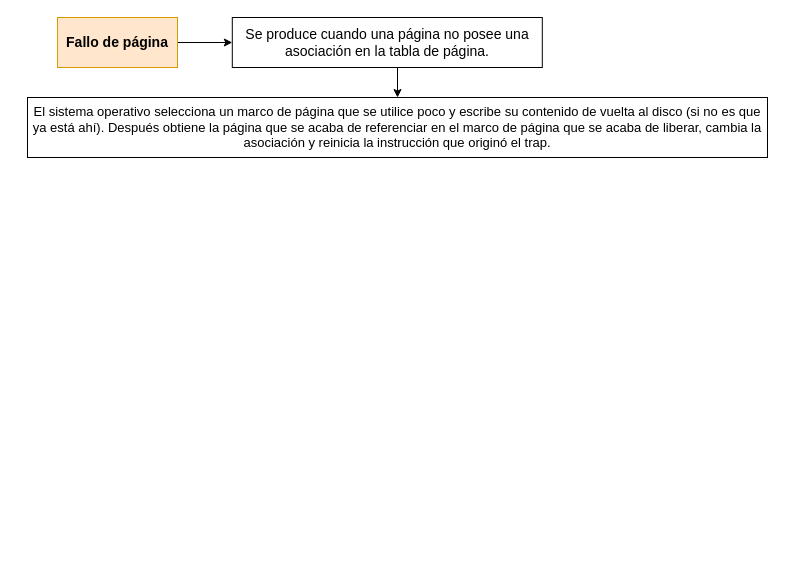
Above: page "Página-3" (4 of 4) of Sistemas Operativos 1/Clase 5 - Administración de memoria.drawio in RMSabrina/Apuntes-Universitarios (draw.io), before the change. Source tidied: cells renumbered, new cells numbered last; positions are measured from the earlier drawing's top-left corner, leaving out a move shared by most shapes. Both pictures are drawn from the tidied source at 100%, with x=0, y=0 at pixel (27, 17). Pictures stored in the file or linked from it are replaced by grey dashed boxes.
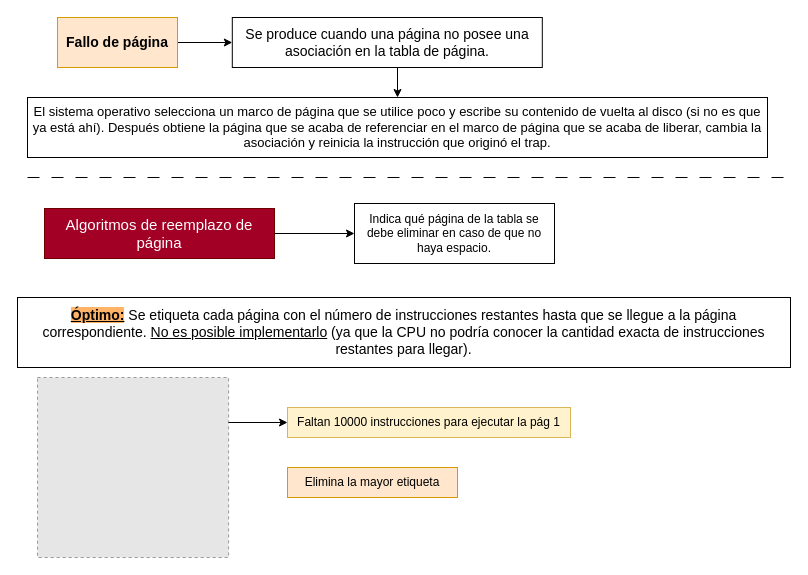
Above is the later version.

Diff of the diagram source:
```diff
@@
 <mxGraphModel>
   <root>
     <mxCell id="0" />
     <mxCell id="1" parent="0" />
     <mxCell id="2" style="edgeStyle=orthogonalEdgeStyle;rounded=0;jettySize=auto;html=1;exitX=1;exitY=0.5;exitDx=0;exitDy=0;" parent="1" edge="1" source="3" target="5">
       <mxGeometry relative="1" as="geometry" />
     </mxCell>
     <mxCell id="3" value="Fallo de página" style="text;html=1;strokeColor=#d79b00;fillColor=#ffe6cc;align=center;verticalAlign=middle;whiteSpace=wrap;rounded=0;fontSize=14;fontStyle=1;rotation=0;horizontal=1;" parent="1" vertex="1">
       <mxGeometry x="30" width="120" height="50" as="geometry" />
     </mxCell>
     <mxCell id="4" style="edgeStyle=orthogonalEdgeStyle;rounded=0;jettySize=auto;html=1;exitX=0.5;exitY=1;exitDx=0;exitDy=0;entryX=0.5;entryY=0;entryDx=0;entryDy=0;" parent="1" edge="1" source="5" target="6">
       <mxGeometry relative="1" as="geometry" />
     </mxCell>
     <mxCell id="5" value="&lt;span style=&quot;font-weight: normal;&quot;&gt;Se produce cuando una página no posee una asociación en la tabla de página.&lt;/span&gt;" style="text;html=1;align=center;verticalAlign=middle;whiteSpace=wrap;rounded=0;fontSize=14;fontStyle=1;rotation=0;horizontal=1;strokeColor=default;fillColor=default;" parent="1" vertex="1">
       <mxGeometry x="204.8" width="310" height="50" as="geometry" />
     </mxCell>
     <mxCell id="6" value="El sistema operativo selecciona un marco de página que se utilice poco y escribe su contenido de vuelta al disco (si no es que ya está ahí). Después obtiene la página que se acaba de referenciar en el marco de página que se acaba de liberar, cambia la asociación y reinicia la instrucción que originó el trap. " style="text;html=1;align=center;verticalAlign=middle;whiteSpace=wrap;rounded=0;fontSize=13;fontStyle=0;rotation=0;horizontal=1;strokeColor=default;fillColor=default;" parent="1" vertex="1">
       <mxGeometry y="80" width="740" height="60" as="geometry" />
     </mxCell>
+    <mxCell id="7" style="edgeStyle=orthogonalEdgeStyle;rounded=0;jettySize=auto;html=1;exitX=1;exitY=0.5;exitDx=0;exitDy=0;" parent="1" edge="1" source="8" target="9">
+      <mxGeometry relative="1" as="geometry" />
+    </mxCell>
+    <mxCell id="8" value="Algoritmos de reemplazo de página" style="rounded=0;whiteSpace=wrap;html=1;fillColor=#a20025;fontColor=#ffffff;strokeColor=#6F0000;fontSize=15;" parent="1" vertex="1">
+      <mxGeometry x="17" y="191" width="230" height="50" as="geometry" />
+    </mxCell>
+    <mxCell id="9" value="Indica qué página de la tabla se debe eliminar en caso de que no haya espacio." style="rounded=0;whiteSpace=wrap;html=1;" parent="1" vertex="1">
+      <mxGeometry x="327" y="186" width="200" height="60" as="geometry" />
+    </mxCell>
+    <mxCell id="10" style="endArrow=none;html=1;rounded=0;dashed=1;dashPattern=12 12;" parent="1" edge="1">
+      <mxGeometry relative="1" as="geometry">
+        <mxPoint y="160" as="sourcePoint" />
+        <mxPoint x="760" y="160" as="targetPoint" />
+      </mxGeometry>
+    </mxCell>
+    <mxCell id="11" value="&lt;b style=&quot;font-size: 14px;&quot;&gt;&lt;u style=&quot;font-size: 14px; background-color: rgb(255, 179, 102);&quot;&gt;Óptimo:&lt;/u&gt;&lt;/b&gt; Se etiqueta cada página con el número de instrucciones restantes hasta que se llegue a la página correspondiente. &lt;u&gt;No es posible implementarlo&lt;/u&gt; (ya que la CPU no podría conocer la cantidad exacta de instrucciones restantes para llegar)." style="text;html=1;strokeColor=default;fillColor=none;align=center;verticalAlign=middle;whiteSpace=wrap;rounded=0;fontSize=14;" parent="1" vertex="1">
+      <mxGeometry x="-10" y="280" width="773" height="70" as="geometry" />
+    </mxCell>
+    <mxCell id="12" style="fillColor=#E6E6E6;strokeColor=#999999;dashed=1;verticalLabelPosition=bottom;labelBackgroundColor=default;verticalAlign=top;" parent="1" vertex="1">
+      <mxGeometry x="10" y="360" width="191.1" height="180" as="geometry" />
+    </mxCell>
+    <mxCell id="13" style="endArrow=classic;html=1;rounded=0;exitX=1;exitY=0.25;exitDx=0;exitDy=0;" parent="1" edge="1" source="12">
+      <mxGeometry relative="1" as="geometry">
+        <mxPoint x="260" y="405" as="targetPoint" />
+      </mxGeometry>
+    </mxCell>
+    <mxCell id="14" value="Faltan 10000 instrucciones para ejecutar la pág 1" style="text;html=1;strokeColor=#d6b656;fillColor=#fff2cc;align=center;verticalAlign=middle;whiteSpace=wrap;rounded=0;" parent="1" vertex="1">
+      <mxGeometry x="260" y="390" width="283" height="30" as="geometry" />
+    </mxCell>
+    <mxCell id="15" value="Elimina la mayor etiqueta" style="text;html=1;strokeColor=#d79b00;fillColor=#ffe6cc;align=center;verticalAlign=middle;whiteSpace=wrap;rounded=0;" parent="1" vertex="1">
+      <mxGeometry x="260" y="450" width="170" height="30" as="geometry" />
+    </mxCell>
   </root>
 </mxGraphModel>
```
